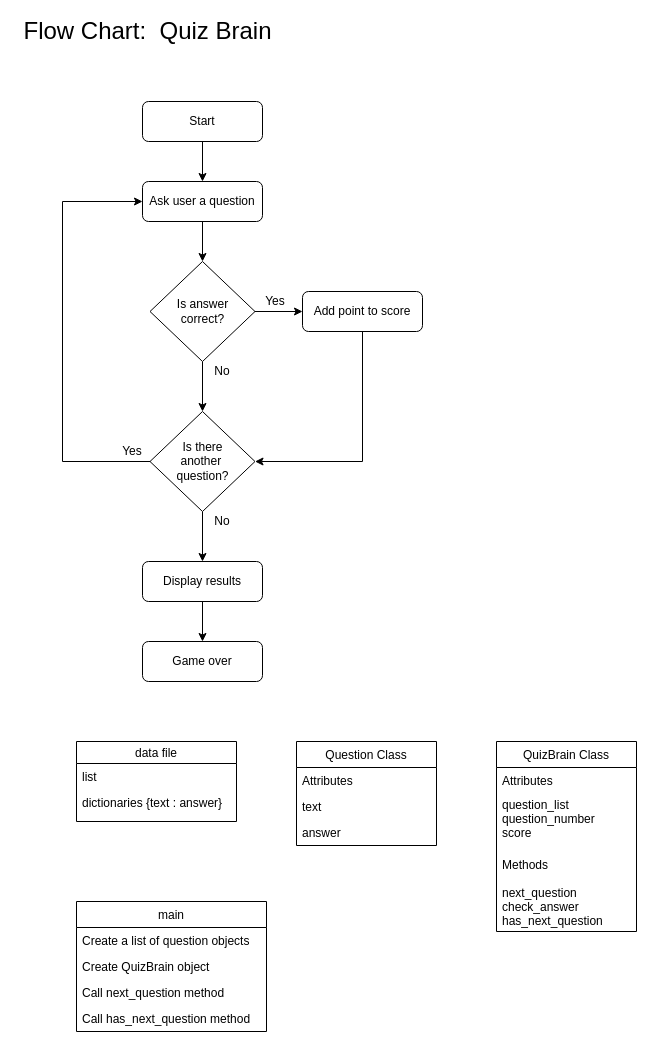
This is charts/QuizBrain.drawio from dpb7/flowcharts, a draw.io file, before an edit. Source tidied: cells renumbered, new cells numbered last; positions are measured from the earlier drawing's top-left corner, leaving out a move shared by most shapes. Both pictures are drawn from the tidied source at 100%, with x=0, y=0 at pixel (17, 21).
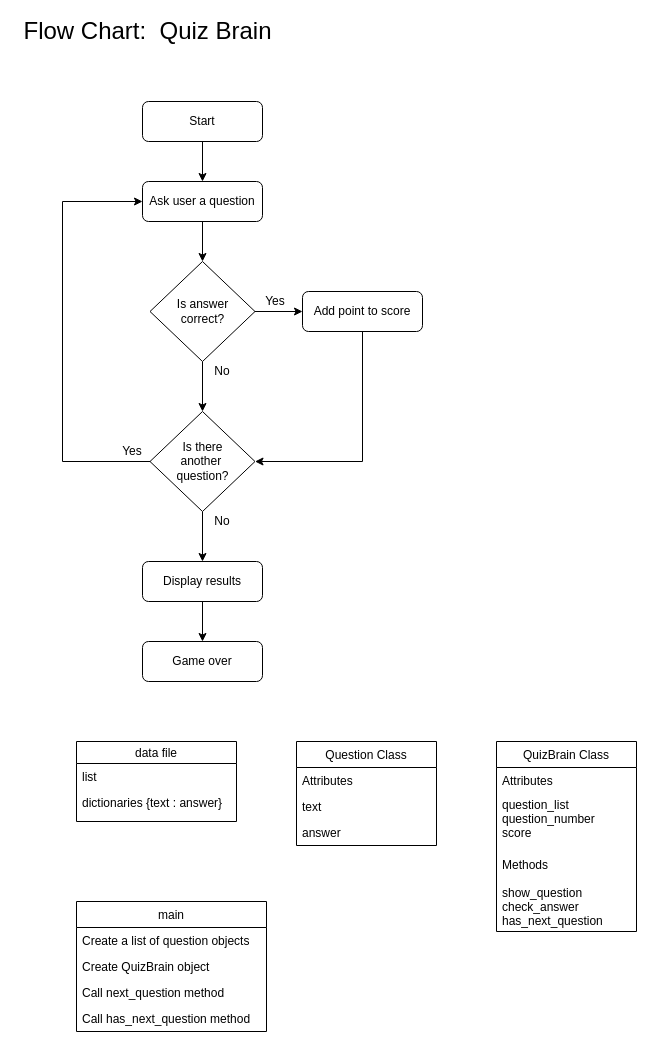
The same page after the edit.

The change refers to these unchanged cells:
```xml
<mxCell id="26" value="QuizBrain Class" style="swimlane;fontStyle=0;horizontal=1;startSize=26;" parent="1" vertex="1">
  <mxGeometry x="479" y="720" width="140" height="190" as="geometry" />
</mxCell>
```

Diff of the diagram source:
```diff
@@
-    <mxCell id="29" value="Methods&#10;&#10;next_question&#10;check_answer&#10;has_next_question" style="text;strokeColor=none;fillColor=none;align=left;verticalAlign=top;spacingLeft=4;spacingRight=4;overflow=hidden;fontStyle=0;" parent="26" vertex="1">
+    <mxCell id="29" value="Methods&#10;&#10;show_question&#10;check_answer&#10;has_next_question" style="text;strokeColor=none;fillColor=none;align=left;verticalAlign=top;spacingLeft=4;spacingRight=4;overflow=hidden;fontStyle=0;" parent="26" vertex="1">
       <mxGeometry y="110" width="140" height="80" as="geometry" />
     </mxCell>
```
